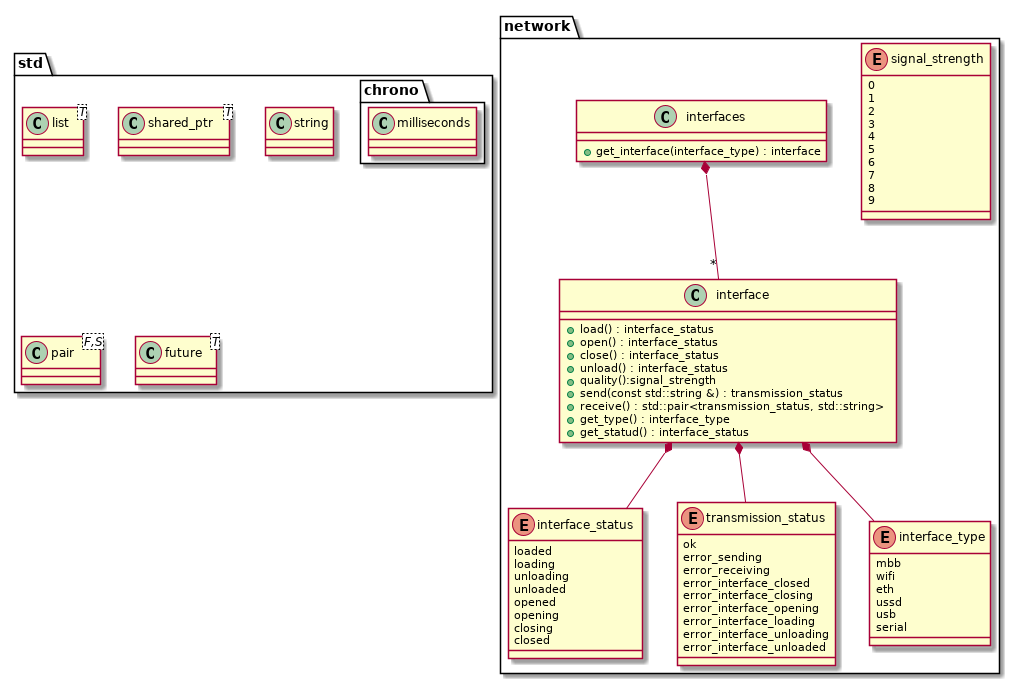
rodrigocanellas/tenacitas keeps this PlantUML diagram as code/remote/document/uml/remote.png. Above is the earlier version.
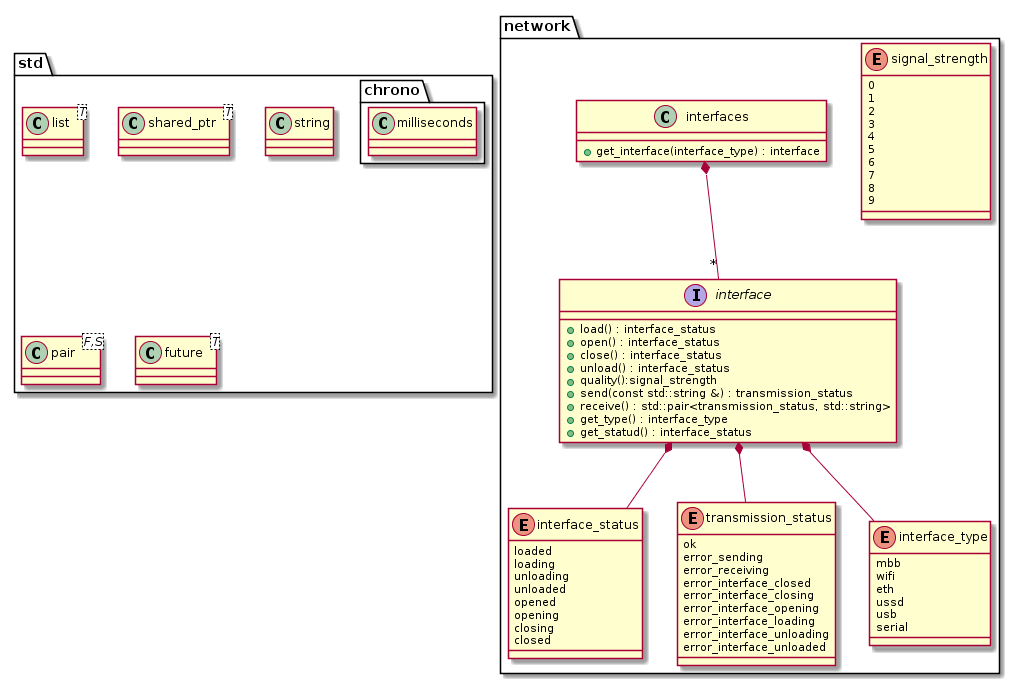
The same file after the commit.

Commit message:
visiting UML diagrams

Diff of the diagram source:
```diff
@@ -60,7 +60,7 @@
      9
 }
 
-class interface {
+interface  interface {
 +load() : interface_status
 +open() : interface_status
 +close() : interface_status
@@ -80,7 +80,5 @@
 interface *-- interface_type
 interface *-- interface_status
 interface *-- transmission_status
-
 }
-
-@enduml
+@endumlml
```
